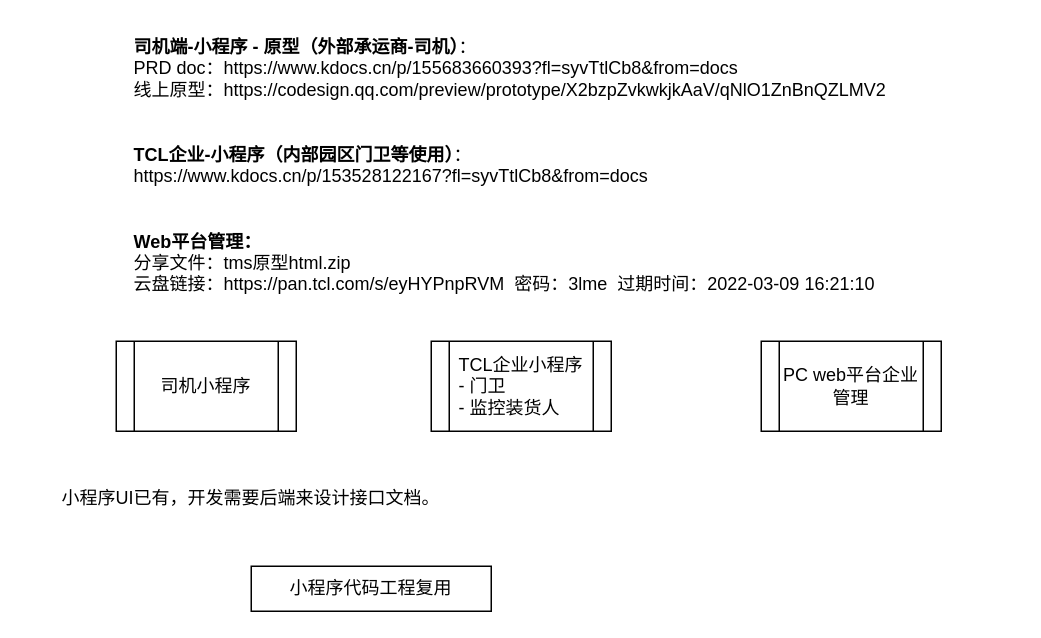
Earlier version of the draw.io diagram page "触点端" (1 of 11) of TMS.drawio (lawplus/diagrams). Source tidied: cells renumbered, new cells numbered last; positions are measured from the earlier drawing's top-left corner, leaving out a move shared by most shapes. Both pictures are drawn from the tidied source at 150%, with x=0, y=0 at pixel (26, 26).
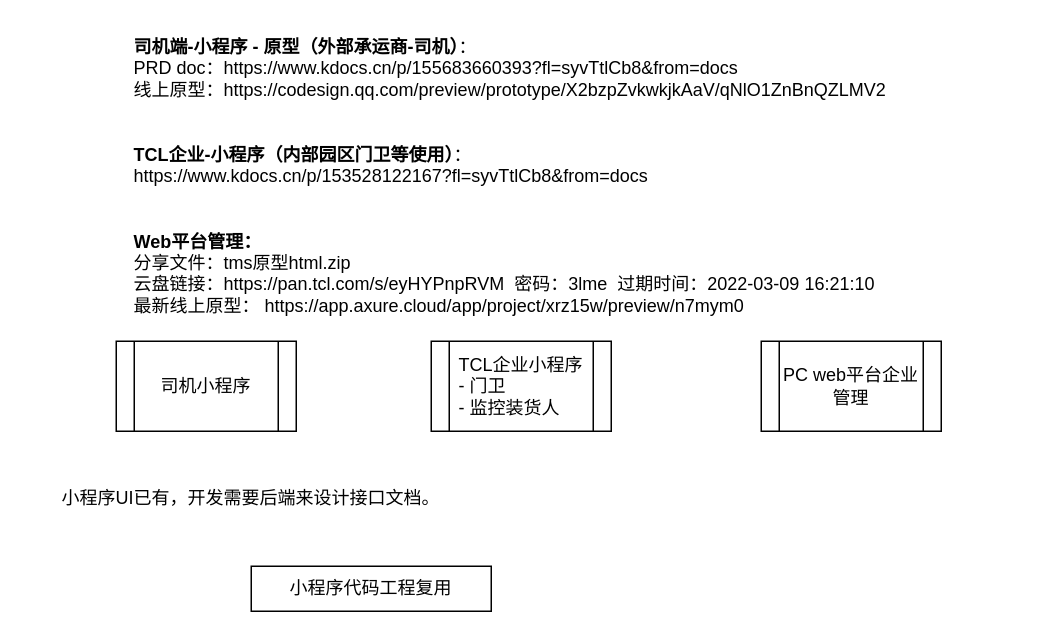
The same diagram, later.

The edit, as a diff of the source:
```diff
@@
 <mxGraphModel>
   <root>
     <mxCell id="0" />
     <mxCell id="1" parent="0" />
-    <mxCell id="2" value="&lt;b&gt;司机端-小程序 - 原型（外部承运商-司机）&lt;/b&gt;：&amp;nbsp;&lt;br&gt;PRD doc：https://www.kdocs.cn/p/155683660393?fl=syvTtlCb8&amp;amp;from=docs &lt;br&gt;线上原型：https://codesign.qq.com/preview/prototype/X2bzpZvkwkjkAaV/qNlO1ZnBnQZLMV2&lt;br&gt;&lt;br&gt;&lt;br&gt;&lt;b&gt;TCL企业-小程序（内部园区门卫等使用）&lt;/b&gt;：&lt;br&gt;https://www.kdocs.cn/p/153528122167?fl=syvTtlCb8&amp;amp;from=docs&lt;br&gt;&lt;br&gt;&lt;br&gt;&lt;b&gt;Web平台管理：&lt;/b&gt;&lt;br&gt;&lt;div&gt;分享文件：tms原型html.zip&lt;/div&gt;&lt;div&gt;云盘链接：https://pan.tcl.com/s/eyHYPnpRVM&amp;nbsp; 密码：3lme&amp;nbsp; 过期时间：2022-03-09 16:21:10&lt;/div&gt;" style="text;whiteSpace=wrap;html=1;" parent="1" vertex="1">
+    <mxCell id="2" value="&lt;b&gt;司机端-小程序 - 原型（外部承运商-司机）&lt;/b&gt;：&amp;nbsp;&lt;br&gt;PRD doc：https://www.kdocs.cn/p/155683660393?fl=syvTtlCb8&amp;amp;from=docs &lt;br&gt;线上原型：https://codesign.qq.com/preview/prototype/X2bzpZvkwkjkAaV/qNlO1ZnBnQZLMV2&lt;br&gt;&lt;br&gt;&lt;br&gt;&lt;b&gt;TCL企业-小程序（内部园区门卫等使用）&lt;/b&gt;：&lt;br&gt;https://www.kdocs.cn/p/153528122167?fl=syvTtlCb8&amp;amp;from=docs&lt;br&gt;&lt;br&gt;&lt;br&gt;&lt;b&gt;Web平台管理：&lt;/b&gt;&lt;br&gt;&lt;div&gt;分享文件：tms原型html.zip&lt;/div&gt;&lt;div&gt;云盘链接：https://pan.tcl.com/s/eyHYPnpRVM&amp;nbsp; 密码：3lme&amp;nbsp; 过期时间：2022-03-09 16:21:10&lt;/div&gt;&lt;div&gt;最新线上原型：&amp;nbsp;https://app.axure.cloud/app/project/xrz15w/preview/n7mym0&lt;/div&gt;" style="text;whiteSpace=wrap;html=1;" parent="1" vertex="1">
       <mxGeometry x="70" width="590" height="200" as="geometry" />
     </mxCell>
     <mxCell id="3" value="司机小程序" style="shape=process;whiteSpace=wrap;html=1;backgroundOutline=1;" parent="1" vertex="1">
       <mxGeometry x="60" y="210" width="120" height="60" as="geometry" />
     </mxCell>
     <mxCell id="4" value="TCL企业小程序&lt;br&gt;&lt;div style=&quot;text-align: left&quot;&gt;&lt;span&gt;- 门卫&lt;/span&gt;&lt;/div&gt;&lt;div style=&quot;text-align: left&quot;&gt;&lt;span&gt;- 监控装货人&lt;/span&gt;&lt;/div&gt;" style="shape=process;whiteSpace=wrap;html=1;backgroundOutline=1;" parent="1" vertex="1">
       <mxGeometry x="270" y="210" width="120" height="60" as="geometry" />
     </mxCell>
     <mxCell id="5" value="小程序代码工程复用" style="rounded=0;whiteSpace=wrap;html=1;" parent="1" vertex="1">
       <mxGeometry x="150" y="360" width="160" height="30" as="geometry" />
     </mxCell>
     <mxCell id="6" value="PC web平台企业管理" style="shape=process;whiteSpace=wrap;html=1;backgroundOutline=1;" parent="1" vertex="1">
       <mxGeometry x="490" y="210" width="120" height="60" as="geometry" />
     </mxCell>
     <mxCell id="7" value="小程序UI已有，开发需要后端来设计接口文档。" style="text;html=1;strokeColor=none;fillColor=none;align=center;verticalAlign=middle;whiteSpace=wrap;rounded=0;" parent="1" vertex="1">
       <mxGeometry y="300" width="300" height="30" as="geometry" />
     </mxCell>
   </root>
 </mxGraphModel>
```
